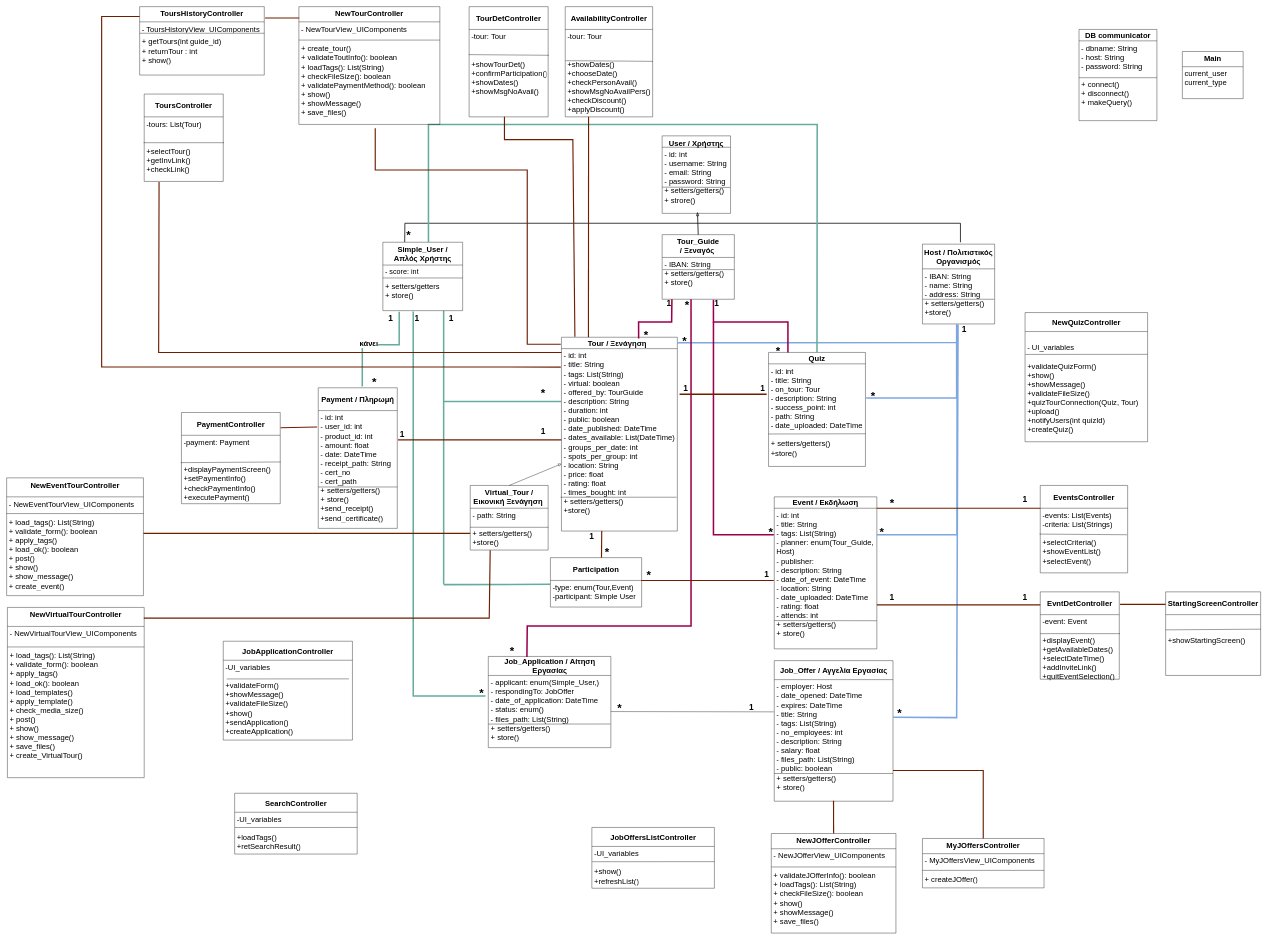
sfikastheo/CEID-SoftwareEngineering-2023 keeps this draw.io diagram as Phase-4/TempFiles/Diagrams/Domain-Model-v0.3_final.drawio. Above is the earlier version. Source tidied: cells renumbered, new cells numbered last; positions are measured from the earlier drawing's top-left corner, leaving out a move shared by most shapes. Both pictures are drawn from the tidied source at 38%, with x=0, y=0 at pixel (6, 6).
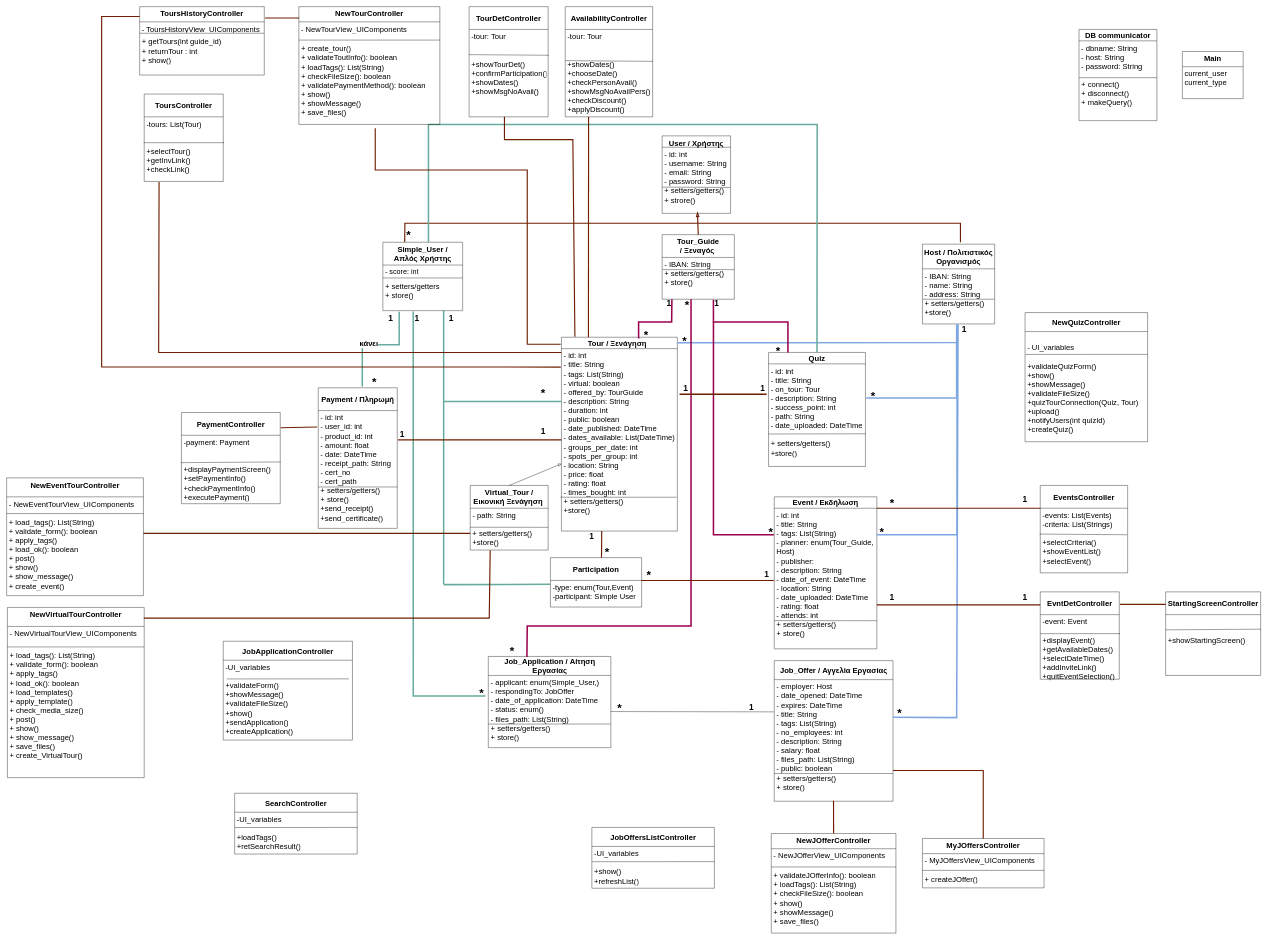
Above is the later version.

Commit message (it also covers changes not shown here):
updated domain-model-v0.3-final

The change refers to these unchanged cells:
```xml
<mxCell id="4" value="- id: int&#10;- username: String&#10;- email: String&#10;- password: String&#10;+ setters/getters()&#10;+ strore()" style="text;align=left;verticalAlign=top;spacingLeft=4;spacingRight=4;overflow=hidden;points=[[0,0.5],[1,0.5]];portConstraint=eastwest;fontSize=20;" parent="3" vertex="1">
  <mxGeometry y="30" width="180" height="170" as="geometry" />
</mxCell>
<mxCell id="5" value="&lt;b style=&quot;font-size: 20px;&quot;&gt;Tour_Guide /&amp;nbsp;&lt;/b&gt;&lt;b style=&quot;border-color: var(--border-color);&quot;&gt;Ξεναγός&amp;nbsp;&lt;/b&gt;" style="swimlane;fontStyle=0;horizontal=1;startSize=60;whiteSpace=wrap;html=1;verticalAlign=middle;fontSize=20;" parent="1" vertex="1">
  <mxGeometry x="1725" y="600" width="190" height="170" as="geometry" />
</mxCell>
```

Change to the diagram source:
```diff
@@
-    <mxCell id="9" style="endArrow=blockThin;html=1;rounded=0;exitX=0.5;exitY=0;exitDx=0;exitDy=0;endFill=0;endSize=6;strokeWidth=2;fontSize=20;" parent="1" edge="1" source="5" target="4">
+    <mxCell id="9" style="endArrow=blockThin;html=1;rounded=0;exitX=0.5;exitY=0;exitDx=0;exitDy=0;endFill=0;endSize=6;strokeWidth=3;fontSize=20;strokeColor=#6D1F00;" parent="1" edge="1" source="5" target="4">
       <mxGeometry relative="1" as="geometry" />
     </mxCell>
@@
-    <mxCell id="69" style="endArrow=none;html=1;rounded=0;strokeWidth=2;" parent="1" edge="1">
+    <mxCell id="69" style="endArrow=none;html=1;rounded=0;strokeWidth=3;strokeColor=#6D1F00;" parent="1" edge="1">
       <mxGeometry relative="1" as="geometry">
         <mxPoint x="1820" y="570" as="sourcePoint" />
         <mxPoint x="2510" y="620" as="targetPoint" />
         <Array as="points">
           <mxPoint x="2510" y="570" />
         </Array>
       </mxGeometry>
     </mxCell>
-    <mxCell id="70" style="endArrow=none;html=1;rounded=0;exitX=0.25;exitY=0;exitDx=0;exitDy=0;strokeWidth=2;" parent="1" edge="1">
+    <mxCell id="70" style="endArrow=none;html=1;rounded=0;exitX=0.25;exitY=0;exitDx=0;exitDy=0;strokeWidth=3;strokeColor=#6D1F00;" parent="1" edge="1">
       <mxGeometry relative="1" as="geometry">
         <mxPoint x="1047.5" y="620" as="sourcePoint" />
         <mxPoint x="1820" y="570" as="targetPoint" />
         <Array as="points">
           <mxPoint x="1048" y="570" />
         </Array>
       </mxGeometry>
     </mxCell>
```
